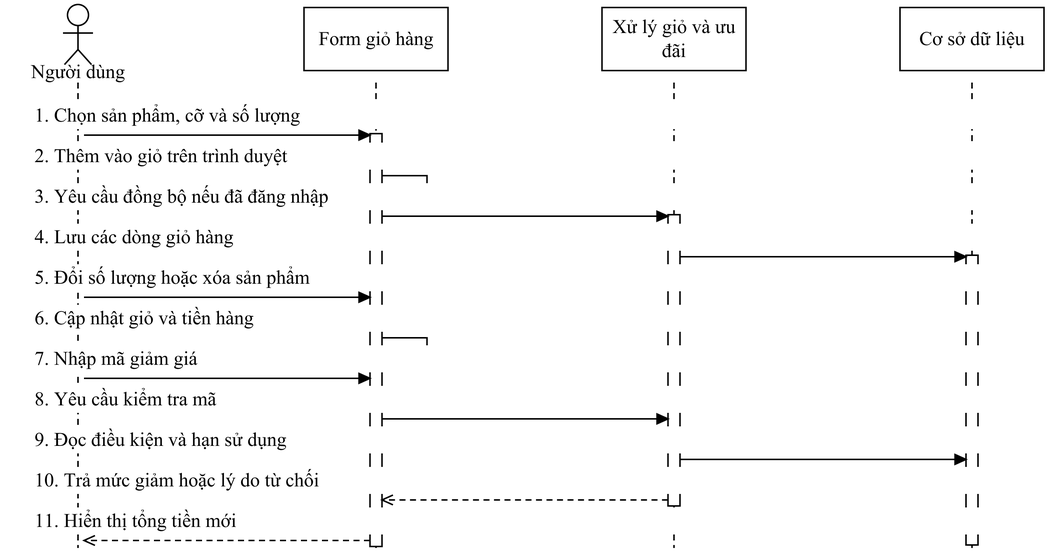
This is docs/do-an-LSOUL/So-do-LSOUL-rut-gon/anh-png/SEQ-09.png from Loccao102/BanHang, a draw.io export, as it was before one commit. Source tidied: cells renumbered, new cells last; positions are measured from the earlier drawing's top-left corner, leaving out a move shared by most shapes.
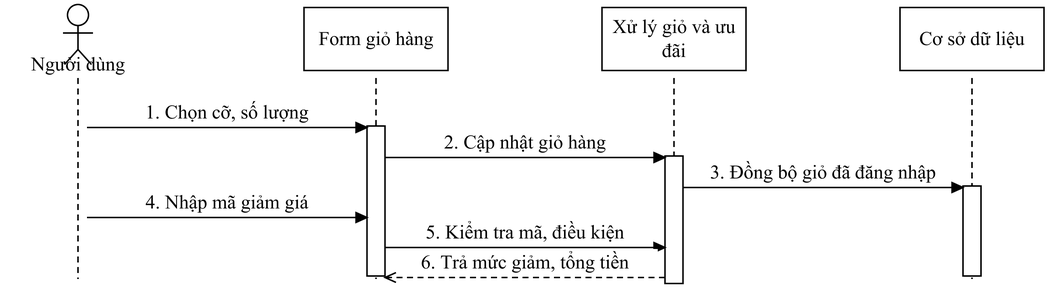
After the commit.

The edit, as a diff of the source:
```diff
@@ -4,174 +4,121 @@
     <mxCell id="1" parent="0" />
     <mxCell id="2" style="fontFamily=Times New Roman;fontSize=13;fontColor=#000000;strokeColor=#000000;strokeWidth=1;fillColor=#FFFFFF;shadow=0;rounded=0;html=0;whiteSpace=wrap;spacing=5;endArrow=none;endFill=1;startArrow=none;dashed=1;dashPattern=4 3;" parent="1" edge="1">
       <mxGeometry relative="1" as="geometry">
-        <mxPoint x="48" y="52" as="sourcePoint" />
-        <mxPoint x="48" y="362" as="targetPoint" />
+        <mxPoint x="48" y="49" as="sourcePoint" />
+        <mxPoint x="48" y="183" as="targetPoint" />
       </mxGeometry>
     </mxCell>
     <mxCell id="3" style="fontFamily=Times New Roman;fontSize=13;fontColor=#000000;strokeColor=#000000;strokeWidth=1;fillColor=#FFFFFF;shadow=0;rounded=0;html=0;whiteSpace=wrap;spacing=5;endArrow=none;endFill=1;startArrow=none;dashed=1;dashPattern=4 3;" parent="1" edge="1">
       <mxGeometry relative="1" as="geometry">
-        <mxPoint x="246.7" y="52" as="sourcePoint" />
-        <mxPoint x="246.7" y="362" as="targetPoint" />
+        <mxPoint x="246.7" y="49" as="sourcePoint" />
+        <mxPoint x="246.7" y="183" as="targetPoint" />
       </mxGeometry>
     </mxCell>
     <mxCell id="4" style="fontFamily=Times New Roman;fontSize=13;fontColor=#000000;strokeColor=#000000;strokeWidth=1;fillColor=#FFFFFF;shadow=0;rounded=0;html=0;whiteSpace=wrap;spacing=5;endArrow=none;endFill=1;startArrow=none;dashed=1;dashPattern=4 3;" parent="1" edge="1">
       <mxGeometry relative="1" as="geometry">
-        <mxPoint x="445.3" y="52" as="sourcePoint" />
-        <mxPoint x="445.3" y="362" as="targetPoint" />
+        <mxPoint x="445.3" y="49" as="sourcePoint" />
+        <mxPoint x="445.3" y="183" as="targetPoint" />
       </mxGeometry>
     </mxCell>
     <mxCell id="5" style="fontFamily=Times New Roman;fontSize=13;fontColor=#000000;strokeColor=#000000;strokeWidth=1;fillColor=#FFFFFF;shadow=0;rounded=0;html=0;whiteSpace=wrap;spacing=5;endArrow=none;endFill=1;startArrow=none;dashed=1;dashPattern=4 3;" parent="1" edge="1">
       <mxGeometry relative="1" as="geometry">
-        <mxPoint x="644" y="52" as="sourcePoint" />
-        <mxPoint x="644" y="362" as="targetPoint" />
+        <mxPoint x="644" y="49" as="sourcePoint" />
+        <mxPoint x="644" y="183" as="targetPoint" />
       </mxGeometry>
     </mxCell>
     <mxCell id="6" style="fontFamily=Times New Roman;fontSize=13;fontColor=#000000;strokeColor=#000000;strokeWidth=1;fillColor=#FFFFFF;shadow=0;rounded=0;html=0;whiteSpace=wrap;spacing=5;align=center;verticalAlign=middle;" parent="1" vertex="1">
-      <mxGeometry x="441.3" y="140" width="8" height="194" as="geometry" />
+      <mxGeometry x="439.3" y="101" width="12" height="85" as="geometry" />
     </mxCell>
     <mxCell id="7" style="fontFamily=Times New Roman;fontSize=13;fontColor=#000000;strokeColor=#000000;strokeWidth=1;fillColor=#FFFFFF;shadow=0;rounded=0;html=0;whiteSpace=wrap;spacing=5;align=center;verticalAlign=middle;" parent="1" vertex="1">
-      <mxGeometry x="242.7" y="86" width="8" height="275" as="geometry" />
+      <mxGeometry x="240.7" y="81" width="12" height="100" as="geometry" />
     </mxCell>
     <mxCell id="8" style="fontFamily=Times New Roman;fontSize=13;fontColor=#000000;strokeColor=#000000;strokeWidth=1;fillColor=#FFFFFF;shadow=0;rounded=0;html=0;whiteSpace=wrap;spacing=5;align=center;verticalAlign=middle;" parent="1" vertex="1">
-      <mxGeometry x="640" y="167" width="8" height="193" as="geometry" />
+      <mxGeometry x="638" y="121" width="12" height="60" as="geometry" />
     </mxCell>
-    <mxCell id="9" value="1. Chọn sản phẩm, cỡ và số lượng" style="fontFamily=Times New Roman;fontSize=13;fontColor=#000000;strokeColor=#000000;strokeWidth=1;fillColor=#FFFFFF;shadow=0;rounded=0;html=0;whiteSpace=wrap;spacing=5;text;strokeColor=none;fillColor=none;align=left;verticalAlign=middle;fillColor=#FFFFFF;" parent="1" vertex="1">
-      <mxGeometry x="14" y="65" width="664" height="18" as="geometry" />
+    <mxCell id="9" value="1. Chọn cỡ, số lượng" style="fontFamily=Times New Roman;fontSize=13;fontColor=#000000;strokeColor=#000000;strokeWidth=1;fillColor=#FFFFFF;shadow=0;rounded=0;html=0;whiteSpace=wrap;spacing=5;text;strokeColor=none;fillColor=none;align=center;verticalAlign=middle;fillColor=#FFFFFF;" parent="1" vertex="1">
+      <mxGeometry x="59" y="63" width="176.7" height="18" as="geometry" />
     </mxCell>
     <mxCell id="10" style="fontFamily=Times New Roman;fontSize=13;fontColor=#000000;strokeColor=#000000;strokeWidth=1;fillColor=#FFFFFF;shadow=0;rounded=0;html=0;whiteSpace=wrap;spacing=5;endArrow=block;endFill=1;startArrow=none;" parent="1" edge="1">
       <mxGeometry relative="1" as="geometry">
-        <mxPoint x="52" y="87" as="sourcePoint" />
-        <mxPoint x="242.7" y="87" as="targetPoint" />
+        <mxPoint x="54" y="82" as="sourcePoint" />
+        <mxPoint x="240.7" y="82" as="targetPoint" />
       </mxGeometry>
     </mxCell>
-    <mxCell id="11" value="2. Thêm vào giỏ trên trình duyệt" style="fontFamily=Times New Roman;fontSize=13;fontColor=#000000;strokeColor=#000000;strokeWidth=1;fillColor=#FFFFFF;shadow=0;rounded=0;html=0;whiteSpace=wrap;spacing=5;text;strokeColor=none;fillColor=none;align=left;verticalAlign=middle;fillColor=#FFFFFF;" parent="1" vertex="1">
-      <mxGeometry x="14" y="92" width="664" height="18" as="geometry" />
+    <mxCell id="11" value="2. Cập nhật giỏ hàng" style="fontFamily=Times New Roman;fontSize=13;fontColor=#000000;strokeColor=#000000;strokeWidth=1;fillColor=#FFFFFF;shadow=0;rounded=0;html=0;whiteSpace=wrap;spacing=5;text;strokeColor=none;fillColor=none;align=center;verticalAlign=middle;fillColor=#FFFFFF;" parent="1" vertex="1">
+      <mxGeometry x="257.7" y="83" width="176.7" height="18" as="geometry" />
     </mxCell>
     <mxCell id="12" style="fontFamily=Times New Roman;fontSize=13;fontColor=#000000;strokeColor=#000000;strokeWidth=1;fillColor=#FFFFFF;shadow=0;rounded=0;html=0;whiteSpace=wrap;spacing=5;endArrow=block;endFill=1;startArrow=none;" parent="1" edge="1">
       <mxGeometry relative="1" as="geometry">
-        <mxPoint x="250.7" y="114" as="sourcePoint" />
-        <mxPoint x="251.7" y="126" as="targetPoint" />
-        <Array as="points">
-          <mxPoint x="280.7" y="114" />
-          <mxPoint x="280.7" y="126" />
-        </Array>
+        <mxPoint x="252.7" y="102" as="sourcePoint" />
+        <mxPoint x="439.3" y="102" as="targetPoint" />
       </mxGeometry>
     </mxCell>
-    <mxCell id="13" value="3. Yêu cầu đồng bộ nếu đã đăng nhập" style="fontFamily=Times New Roman;fontSize=13;fontColor=#000000;strokeColor=#000000;strokeWidth=1;fillColor=#FFFFFF;shadow=0;rounded=0;html=0;whiteSpace=wrap;spacing=5;text;strokeColor=none;fillColor=none;align=left;verticalAlign=middle;fillColor=#FFFFFF;" parent="1" vertex="1">
-      <mxGeometry x="14" y="119" width="664" height="18" as="geometry" />
+    <mxCell id="13" value="3. Đồng bộ giỏ đã đăng nhập" style="fontFamily=Times New Roman;fontSize=13;fontColor=#000000;strokeColor=#000000;strokeWidth=1;fillColor=#FFFFFF;shadow=0;rounded=0;html=0;whiteSpace=wrap;spacing=5;text;strokeColor=none;fillColor=none;align=center;verticalAlign=middle;fillColor=#FFFFFF;" parent="1" vertex="1">
+      <mxGeometry x="456.3" y="103" width="176.7" height="18" as="geometry" />
     </mxCell>
     <mxCell id="14" style="fontFamily=Times New Roman;fontSize=13;fontColor=#000000;strokeColor=#000000;strokeWidth=1;fillColor=#FFFFFF;shadow=0;rounded=0;html=0;whiteSpace=wrap;spacing=5;endArrow=block;endFill=1;startArrow=none;" parent="1" edge="1">
       <mxGeometry relative="1" as="geometry">
-        <mxPoint x="250.7" y="141" as="sourcePoint" />
-        <mxPoint x="441.3" y="141" as="targetPoint" />
+        <mxPoint x="451.3" y="122" as="sourcePoint" />
+        <mxPoint x="638" y="122" as="targetPoint" />
       </mxGeometry>
     </mxCell>
-    <mxCell id="15" value="4. Lưu các dòng giỏ hàng" style="fontFamily=Times New Roman;fontSize=13;fontColor=#000000;strokeColor=#000000;strokeWidth=1;fillColor=#FFFFFF;shadow=0;rounded=0;html=0;whiteSpace=wrap;spacing=5;text;strokeColor=none;fillColor=none;align=left;verticalAlign=middle;fillColor=#FFFFFF;" parent="1" vertex="1">
-      <mxGeometry x="14" y="146" width="664" height="18" as="geometry" />
+    <mxCell id="15" value="4. Nhập mã giảm giá" style="fontFamily=Times New Roman;fontSize=13;fontColor=#000000;strokeColor=#000000;strokeWidth=1;fillColor=#FFFFFF;shadow=0;rounded=0;html=0;whiteSpace=wrap;spacing=5;text;strokeColor=none;fillColor=none;align=center;verticalAlign=middle;fillColor=#FFFFFF;" parent="1" vertex="1">
+      <mxGeometry x="59" y="123" width="176.7" height="18" as="geometry" />
     </mxCell>
     <mxCell id="16" style="fontFamily=Times New Roman;fontSize=13;fontColor=#000000;strokeColor=#000000;strokeWidth=1;fillColor=#FFFFFF;shadow=0;rounded=0;html=0;whiteSpace=wrap;spacing=5;endArrow=block;endFill=1;startArrow=none;" parent="1" edge="1">
       <mxGeometry relative="1" as="geometry">
-        <mxPoint x="449.3" y="168" as="sourcePoint" />
-        <mxPoint x="640" y="168" as="targetPoint" />
+        <mxPoint x="54" y="142" as="sourcePoint" />
+        <mxPoint x="240.7" y="142" as="targetPoint" />
       </mxGeometry>
     </mxCell>
-    <mxCell id="17" value="5. Đổi số lượng hoặc xóa sản phẩm" style="fontFamily=Times New Roman;fontSize=13;fontColor=#000000;strokeColor=#000000;strokeWidth=1;fillColor=#FFFFFF;shadow=0;rounded=0;html=0;whiteSpace=wrap;spacing=5;text;strokeColor=none;fillColor=none;align=left;verticalAlign=middle;fillColor=#FFFFFF;" parent="1" vertex="1">
-      <mxGeometry x="14" y="173" width="664" height="18" as="geometry" />
+    <mxCell id="17" value="5. Kiểm tra mã, điều kiện" style="fontFamily=Times New Roman;fontSize=13;fontColor=#000000;strokeColor=#000000;strokeWidth=1;fillColor=#FFFFFF;shadow=0;rounded=0;html=0;whiteSpace=wrap;spacing=5;text;strokeColor=none;fillColor=none;align=center;verticalAlign=middle;fillColor=#FFFFFF;" parent="1" vertex="1">
+      <mxGeometry x="257.7" y="143" width="176.7" height="18" as="geometry" />
     </mxCell>
     <mxCell id="18" style="fontFamily=Times New Roman;fontSize=13;fontColor=#000000;strokeColor=#000000;strokeWidth=1;fillColor=#FFFFFF;shadow=0;rounded=0;html=0;whiteSpace=wrap;spacing=5;endArrow=block;endFill=1;startArrow=none;" parent="1" edge="1">
       <mxGeometry relative="1" as="geometry">
-        <mxPoint x="52" y="195" as="sourcePoint" />
-        <mxPoint x="242.7" y="195" as="targetPoint" />
+        <mxPoint x="252.7" y="162" as="sourcePoint" />
+        <mxPoint x="439.3" y="162" as="targetPoint" />
       </mxGeometry>
     </mxCell>
-    <mxCell id="19" value="6. Cập nhật giỏ và tiền hàng" style="fontFamily=Times New Roman;fontSize=13;fontColor=#000000;strokeColor=#000000;strokeWidth=1;fillColor=#FFFFFF;shadow=0;rounded=0;html=0;whiteSpace=wrap;spacing=5;text;strokeColor=none;fillColor=none;align=left;verticalAlign=middle;fillColor=#FFFFFF;" parent="1" vertex="1">
-      <mxGeometry x="14" y="200" width="664" height="18" as="geometry" />
+    <mxCell id="19" value="6. Trả mức giảm, tổng tiền" style="fontFamily=Times New Roman;fontSize=13;fontColor=#000000;strokeColor=#000000;strokeWidth=1;fillColor=#FFFFFF;shadow=0;rounded=0;html=0;whiteSpace=wrap;spacing=5;text;strokeColor=none;fillColor=none;align=center;verticalAlign=middle;fillColor=#FFFFFF;" parent="1" vertex="1">
+      <mxGeometry x="257.7" y="163" width="176.7" height="18" as="geometry" />
     </mxCell>
-    <mxCell id="20" style="fontFamily=Times New Roman;fontSize=13;fontColor=#000000;strokeColor=#000000;strokeWidth=1;fillColor=#FFFFFF;shadow=0;rounded=0;html=0;whiteSpace=wrap;spacing=5;endArrow=block;endFill=1;startArrow=none;" parent="1" edge="1">
+    <mxCell id="20" style="fontFamily=Times New Roman;fontSize=13;fontColor=#000000;strokeColor=#000000;strokeWidth=1;fillColor=#FFFFFF;shadow=0;rounded=0;html=0;whiteSpace=wrap;spacing=5;endArrow=open;endFill=1;startArrow=none;dashed=1;dashPattern=4 3;" parent="1" edge="1">
       <mxGeometry relative="1" as="geometry">
-        <mxPoint x="250.7" y="222" as="sourcePoint" />
-        <mxPoint x="251.7" y="234" as="targetPoint" />
-        <Array as="points">
-          <mxPoint x="280.7" y="222" />
-          <mxPoint x="280.7" y="234" />
-        </Array>
+        <mxPoint x="439.3" y="182" as="sourcePoint" />
+        <mxPoint x="252.7" y="182" as="targetPoint" />
       </mxGeometry>
     </mxCell>
-    <mxCell id="21" value="7. Nhập mã giảm giá" style="fontFamily=Times New Roman;fontSize=13;fontColor=#000000;strokeColor=#000000;strokeWidth=1;fillColor=#FFFFFF;shadow=0;rounded=0;html=0;whiteSpace=wrap;spacing=5;text;strokeColor=none;fillColor=none;align=left;verticalAlign=middle;fillColor=#FFFFFF;" parent="1" vertex="1">
-      <mxGeometry x="14" y="227" width="664" height="18" as="geometry" />
+    <mxCell id="21" style="fontFamily=Times New Roman;fontSize=13;fontColor=#000000;strokeColor=#000000;strokeWidth=1;fillColor=#FFFFFF;shadow=0;rounded=0;html=0;whiteSpace=wrap;spacing=5;ellipse;perimeter=ellipsePerimeter;align=center;verticalAlign=middle;" parent="1" vertex="1">
+      <mxGeometry x="41" width="14" height="14" as="geometry" />
     </mxCell>
-    <mxCell id="22" style="fontFamily=Times New Roman;fontSize=13;fontColor=#000000;strokeColor=#000000;strokeWidth=1;fillColor=#FFFFFF;shadow=0;rounded=0;html=0;whiteSpace=wrap;spacing=5;endArrow=block;endFill=1;startArrow=none;" parent="1" edge="1">
+    <mxCell id="22" style="fontFamily=Times New Roman;fontSize=13;fontColor=#000000;strokeColor=#000000;strokeWidth=1;fillColor=#FFFFFF;shadow=0;rounded=0;html=0;whiteSpace=wrap;spacing=5;endArrow=none;endFill=1;startArrow=none;" parent="1" edge="1">
       <mxGeometry relative="1" as="geometry">
-        <mxPoint x="52" y="249" as="sourcePoint" />
-        <mxPoint x="242.7" y="249" as="targetPoint" />
+        <mxPoint x="48" y="14" as="sourcePoint" />
+        <mxPoint x="48" y="30" as="targetPoint" />
       </mxGeometry>
     </mxCell>
-    <mxCell id="23" value="8. Yêu cầu kiểm tra mã" style="fontFamily=Times New Roman;fontSize=13;fontColor=#000000;strokeColor=#000000;strokeWidth=1;fillColor=#FFFFFF;shadow=0;rounded=0;html=0;whiteSpace=wrap;spacing=5;text;strokeColor=none;fillColor=none;align=left;verticalAlign=middle;fillColor=#FFFFFF;" parent="1" vertex="1">
-      <mxGeometry x="14" y="254" width="664" height="18" as="geometry" />
+    <mxCell id="23" style="fontFamily=Times New Roman;fontSize=13;fontColor=#000000;strokeColor=#000000;strokeWidth=1;fillColor=#FFFFFF;shadow=0;rounded=0;html=0;whiteSpace=wrap;spacing=5;endArrow=none;endFill=1;startArrow=none;" parent="1" edge="1">
+      <mxGeometry relative="1" as="geometry">
+        <mxPoint x="38" y="19" as="sourcePoint" />
+        <mxPoint x="58" y="19" as="targetPoint" />
+      </mxGeometry>
     </mxCell>
-    <mxCell id="24" style="fontFamily=Times New Roman;fontSize=13;fontColor=#000000;strokeColor=#000000;strokeWidth=1;fillColor=#FFFFFF;shadow=0;rounded=0;html=0;whiteSpace=wrap;spacing=5;endArrow=block;endFill=1;startArrow=none;" parent="1" edge="1">
+    <mxCell id="24" style="fontFamily=Times New Roman;fontSize=13;fontColor=#000000;strokeColor=#000000;strokeWidth=1;fillColor=#FFFFFF;shadow=0;rounded=0;html=0;whiteSpace=wrap;spacing=5;endArrow=none;endFill=1;startArrow=none;" parent="1" edge="1">
       <mxGeometry relative="1" as="geometry">
-        <mxPoint x="250.7" y="276" as="sourcePoint" />
-        <mxPoint x="441.3" y="276" as="targetPoint" />
+        <mxPoint x="48" y="30" as="sourcePoint" />
+        <mxPoint x="39" y="40" as="targetPoint" />
       </mxGeometry>
     </mxCell>
-    <mxCell id="25" value="9. Đọc điều kiện và hạn sử dụng" style="fontFamily=Times New Roman;fontSize=13;fontColor=#000000;strokeColor=#000000;strokeWidth=1;fillColor=#FFFFFF;shadow=0;rounded=0;html=0;whiteSpace=wrap;spacing=5;text;strokeColor=none;fillColor=none;align=left;verticalAlign=middle;fillColor=#FFFFFF;" parent="1" vertex="1">
-      <mxGeometry x="14" y="281" width="664" height="18" as="geometry" />
+    <mxCell id="25" style="fontFamily=Times New Roman;fontSize=13;fontColor=#000000;strokeColor=#000000;strokeWidth=1;fillColor=#FFFFFF;shadow=0;rounded=0;html=0;whiteSpace=wrap;spacing=5;endArrow=none;endFill=1;startArrow=none;" parent="1" edge="1">
+      <mxGeometry relative="1" as="geometry">
+        <mxPoint x="48" y="30" as="sourcePoint" />
+        <mxPoint x="57" y="40" as="targetPoint" />
+      </mxGeometry>
     </mxCell>
-    <mxCell id="26" style="fontFamily=Times New Roman;fontSize=13;fontColor=#000000;strokeColor=#000000;strokeWidth=1;fillColor=#FFFFFF;shadow=0;rounded=0;html=0;whiteSpace=wrap;spacing=5;endArrow=block;endFill=1;startArrow=none;" parent="1" edge="1">
-      <mxGeometry relative="1" as="geometry">
-        <mxPoint x="449.3" y="303" as="sourcePoint" />
-        <mxPoint x="640" y="303" as="targetPoint" />
-      </mxGeometry>
+    <mxCell id="26" value="Người dùng" style="fontFamily=Times New Roman;fontSize=13;fontColor=#000000;strokeColor=#000000;strokeWidth=1;fillColor=#FFFFFF;shadow=0;rounded=0;html=0;whiteSpace=wrap;spacing=5;text;strokeColor=none;fillColor=none;align=center;verticalAlign=middle;" parent="1" vertex="1">
+      <mxGeometry y="32" width="96" height="16" as="geometry" />
     </mxCell>
-    <mxCell id="27" value="10. Trả mức giảm hoặc lý do từ chối" style="fontFamily=Times New Roman;fontSize=13;fontColor=#000000;strokeColor=#000000;strokeWidth=1;fillColor=#FFFFFF;shadow=0;rounded=0;html=0;whiteSpace=wrap;spacing=5;text;strokeColor=none;fillColor=none;align=left;verticalAlign=middle;fillColor=#FFFFFF;" parent="1" vertex="1">
-      <mxGeometry x="14" y="308" width="664" height="18" as="geometry" />
-    </mxCell>
-    <mxCell id="28" style="fontFamily=Times New Roman;fontSize=13;fontColor=#000000;strokeColor=#000000;strokeWidth=1;fillColor=#FFFFFF;shadow=0;rounded=0;html=0;whiteSpace=wrap;spacing=5;endArrow=open;endFill=1;startArrow=none;dashed=1;dashPattern=4 3;" parent="1" edge="1">
-      <mxGeometry relative="1" as="geometry">
-        <mxPoint x="441.3" y="330" as="sourcePoint" />
-        <mxPoint x="250.7" y="330" as="targetPoint" />
-      </mxGeometry>
-    </mxCell>
-    <mxCell id="29" value="11. Hiển thị tổng tiền mới" style="fontFamily=Times New Roman;fontSize=13;fontColor=#000000;strokeColor=#000000;strokeWidth=1;fillColor=#FFFFFF;shadow=0;rounded=0;html=0;whiteSpace=wrap;spacing=5;text;strokeColor=none;fillColor=none;align=left;verticalAlign=middle;fillColor=#FFFFFF;" parent="1" vertex="1">
-      <mxGeometry x="14" y="335" width="664" height="18" as="geometry" />
-    </mxCell>
-    <mxCell id="30" style="fontFamily=Times New Roman;fontSize=13;fontColor=#000000;strokeColor=#000000;strokeWidth=1;fillColor=#FFFFFF;shadow=0;rounded=0;html=0;whiteSpace=wrap;spacing=5;endArrow=open;endFill=1;startArrow=none;dashed=1;dashPattern=4 3;" parent="1" edge="1">
-      <mxGeometry relative="1" as="geometry">
-        <mxPoint x="242.7" y="357" as="sourcePoint" />
-        <mxPoint x="52" y="357" as="targetPoint" />
-      </mxGeometry>
-    </mxCell>
-    <mxCell id="31" style="fontFamily=Times New Roman;fontSize=13;fontColor=#000000;strokeColor=#000000;strokeWidth=1;fillColor=#FFFFFF;shadow=0;rounded=0;html=0;whiteSpace=wrap;spacing=5;ellipse;perimeter=ellipsePerimeter;align=center;verticalAlign=middle;" parent="1" vertex="1">
-      <mxGeometry x="41" width="14" height="14" as="geometry" />
-    </mxCell>
-    <mxCell id="32" style="fontFamily=Times New Roman;fontSize=13;fontColor=#000000;strokeColor=#000000;strokeWidth=1;fillColor=#FFFFFF;shadow=0;rounded=0;html=0;whiteSpace=wrap;spacing=5;endArrow=none;endFill=1;startArrow=none;" parent="1" edge="1">
-      <mxGeometry relative="1" as="geometry">
-        <mxPoint x="48" y="14" as="sourcePoint" />
-        <mxPoint x="48" y="30" as="targetPoint" />
-      </mxGeometry>
-    </mxCell>
-    <mxCell id="33" style="fontFamily=Times New Roman;fontSize=13;fontColor=#000000;strokeColor=#000000;strokeWidth=1;fillColor=#FFFFFF;shadow=0;rounded=0;html=0;whiteSpace=wrap;spacing=5;endArrow=none;endFill=1;startArrow=none;" parent="1" edge="1">
-      <mxGeometry relative="1" as="geometry">
-        <mxPoint x="38" y="19" as="sourcePoint" />
-        <mxPoint x="58" y="19" as="targetPoint" />
-      </mxGeometry>
-    </mxCell>
-    <mxCell id="34" style="fontFamily=Times New Roman;fontSize=13;fontColor=#000000;strokeColor=#000000;strokeWidth=1;fillColor=#FFFFFF;shadow=0;rounded=0;html=0;whiteSpace=wrap;spacing=5;endArrow=none;endFill=1;startArrow=none;" parent="1" edge="1">
-      <mxGeometry relative="1" as="geometry">
-        <mxPoint x="48" y="30" as="sourcePoint" />
-        <mxPoint x="39" y="40" as="targetPoint" />
-      </mxGeometry>
-    </mxCell>
-    <mxCell id="35" style="fontFamily=Times New Roman;fontSize=13;fontColor=#000000;strokeColor=#000000;strokeWidth=1;fillColor=#FFFFFF;shadow=0;rounded=0;html=0;whiteSpace=wrap;spacing=5;endArrow=none;endFill=1;startArrow=none;" parent="1" edge="1">
-      <mxGeometry relative="1" as="geometry">
-        <mxPoint x="48" y="30" as="sourcePoint" />
-        <mxPoint x="57" y="40" as="targetPoint" />
-      </mxGeometry>
-    </mxCell>
-    <mxCell id="36" value="Người dùng" style="fontFamily=Times New Roman;fontSize=13;fontColor=#000000;strokeColor=#000000;strokeWidth=1;fillColor=#FFFFFF;shadow=0;rounded=0;html=0;whiteSpace=wrap;spacing=5;text;strokeColor=none;fillColor=none;align=center;verticalAlign=middle;" parent="1" vertex="1">
-      <mxGeometry y="37" width="96" height="16" as="geometry" />
-    </mxCell>
     <mxCell id="37" value="Form giỏ hàng" style="fontFamily=Times New Roman;fontSize=13;fontColor=#000000;strokeColor=#000000;strokeWidth=1;fillColor=#FFFFFF;shadow=0;rounded=0;html=0;whiteSpace=wrap;spacing=5;align=center;verticalAlign=middle;" parent="1" vertex="1">
       <mxGeometry x="198.7" y="2" width="96" height="42" as="geometry" />
     </mxCell>
```
